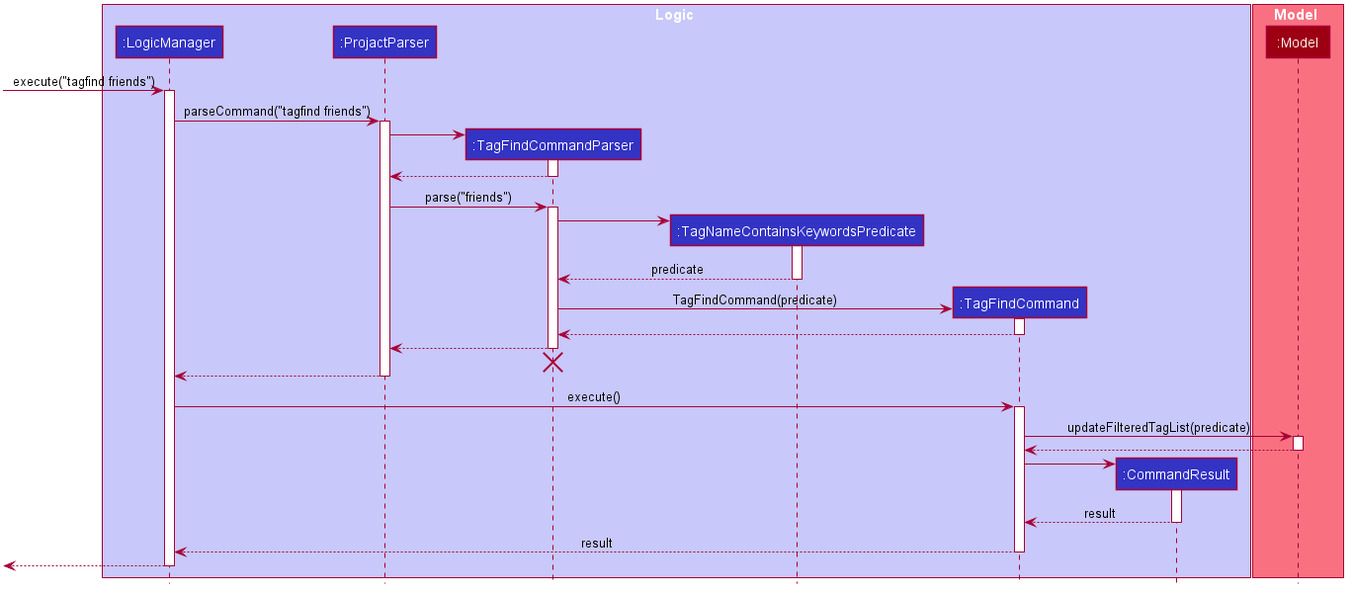
This is docs/images/TagFindSequenceDiagram.png from siqiang-ng/tp, a PlantUML export, as it was before one commit.
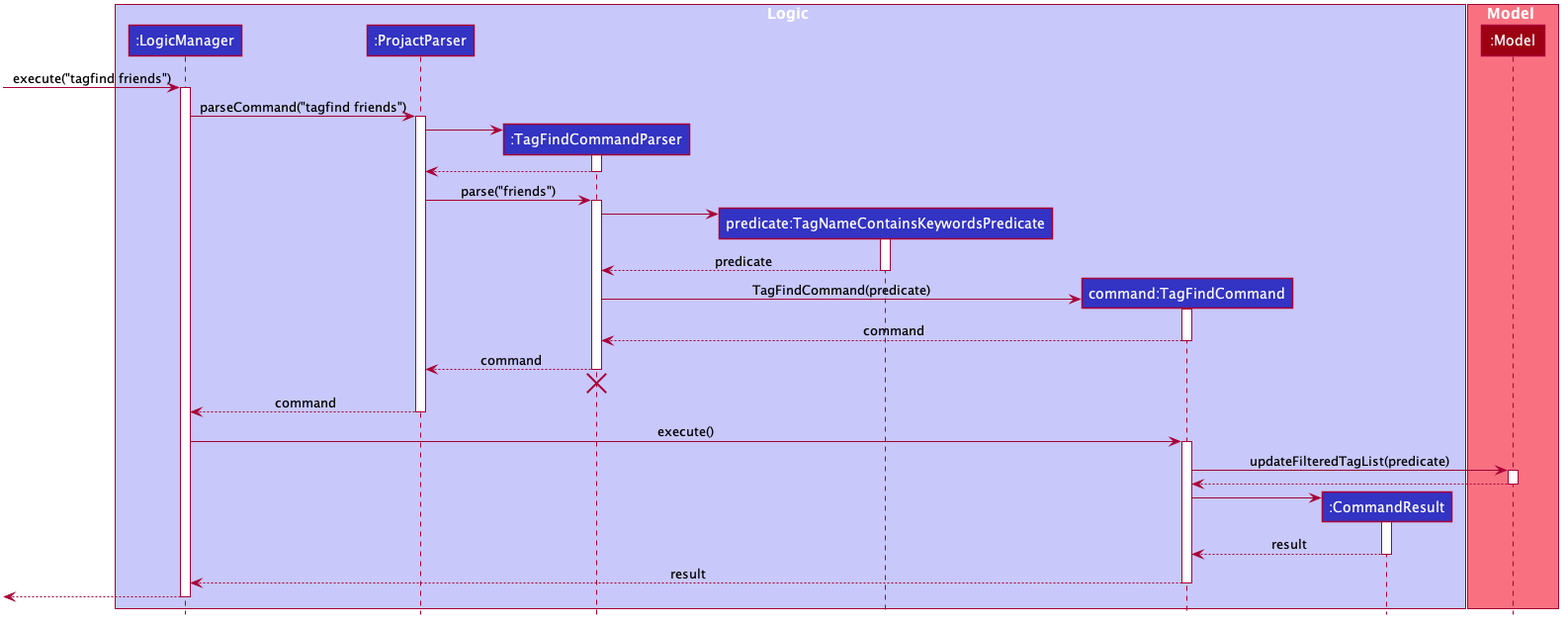
Above is the later version.

Change to the diagram source:
```diff
@@ -52,8 +52,8 @@
 participant ":LogicManager" as LogicManager #3333C4
 participant ":ProjactParser" as ProjactParser #3333C4
 participant ":TagFindCommandParser" as TagFindCommandParser #3333C4
-participant ":TagNameContainsKeywordsPredicate" as TagNameContainsKeywordsPredicate #3333C4
-participant ":TagFindCommand" as TagFindCommand #3333C4
+participant "predicate:TagNameContainsKeywordsPredicate" as TagNameContainsKeywordsPredicate #3333C4
+participant "command:TagFindCommand" as TagFindCommand #3333C4
 participant ":CommandResult" as CommandResult #3333C4
 end box
 
@@ -88,15 +88,15 @@
 TagFindCommandParser -> TagFindCommand : TagFindCommand(predicate)
 activate TagFindCommand
 
-TagFindCommand --> TagFindCommandParser
+TagFindCommand --> TagFindCommandParser : command
 deactivate TagFindCommand
 
-TagFindCommandParser --> ProjactParser
+TagFindCommandParser --> ProjactParser : command
 deactivate TagFindCommandParser
 TagFindCommandParser -[hidden]-> ProjactParser
 destroy TagFindCommandParser
 
-ProjactParser --> LogicManager
+ProjactParser --> LogicManager : command
 deactivate ProjactParser
 
 LogicManager -> TagFindCommand : execute()
```
